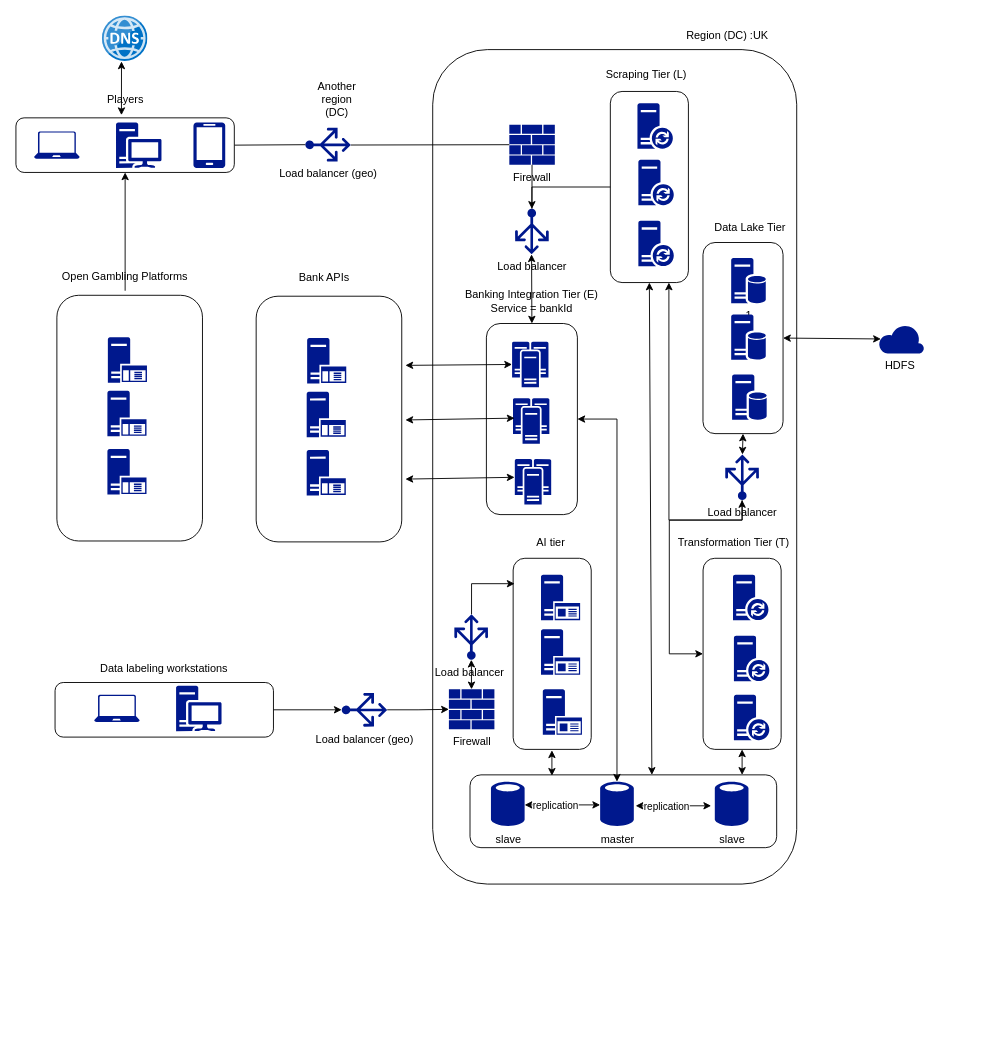
Before: resoures/drawio/player_risk_score.drawio in hkravtsov/hla, a draw.io diagram. Source tidied: cells renumbered, new cells numbered last; positions are measured from the earlier drawing's top-left corner, leaving out a move shared by most shapes. Both pictures are drawn from the tidied source at 91%, with x=0, y=0 at pixel (15, 15).
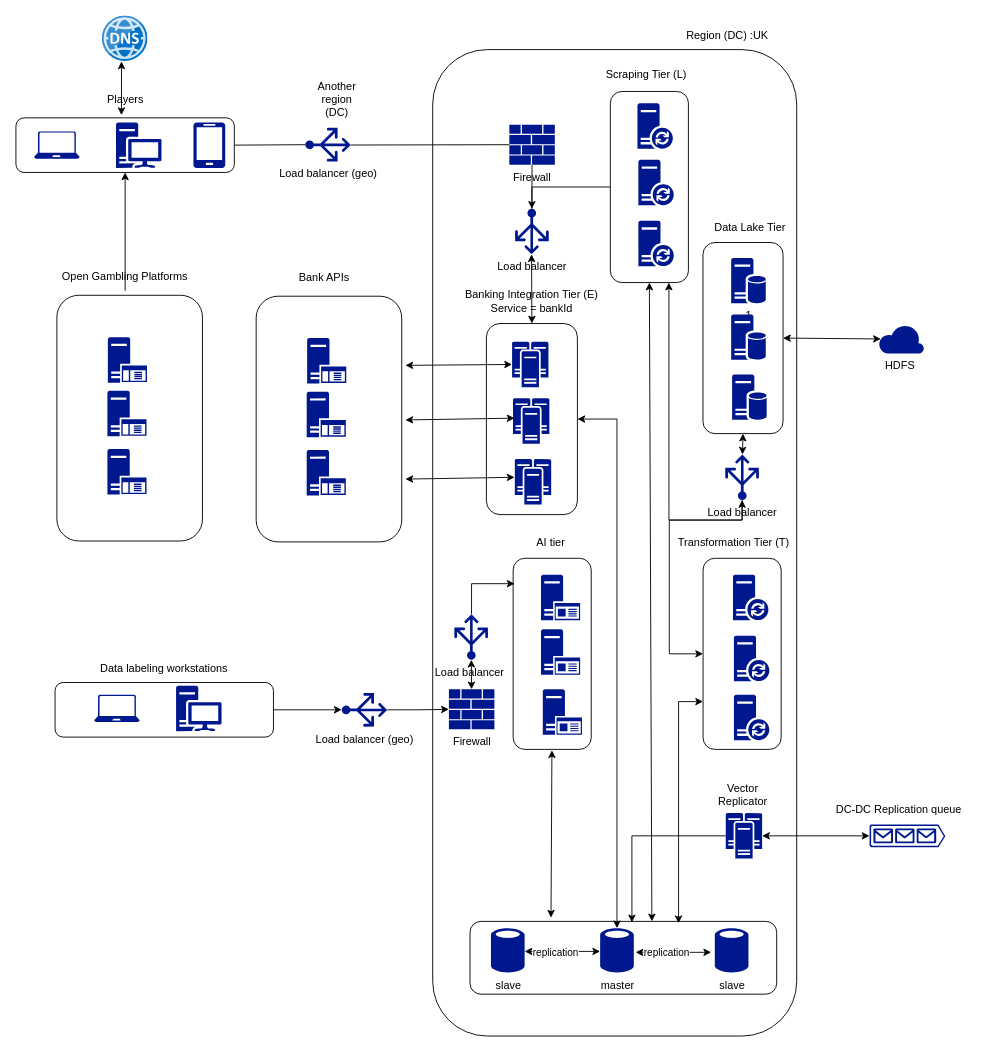
The same page after the edit.

The change refers to these unchanged cells:
```xml
<mxCell id="57" style="rounded=1;whiteSpace=wrap;html=1;" parent="1" vertex="1">
  <mxGeometry x="755.1" y="596" width="85.8" height="210" as="geometry" />
</mxCell>
```

The edit, as a diff of the source:
```diff
@@
     <mxCell id="2" style="rounded=1;whiteSpace=wrap;html=1;" parent="1" vertex="1">
-      <mxGeometry x="458" y="37" width="400" height="917" as="geometry" />
+      <mxGeometry x="458" y="37" width="400" height="1084" as="geometry" />
     </mxCell>
@@
     <mxCell id="32" style="rounded=1;whiteSpace=wrap;html=1;" parent="1" vertex="1">
-      <mxGeometry x="499" y="834" width="337" height="80" as="geometry" />
+      <mxGeometry x="499" y="995" width="337" height="80" as="geometry" />
     </mxCell>
     <mxCell id="33" value="slave" style="sketch=0;shadow=0;dashed=0;html=1;strokeColor=none;labelPosition=center;verticalLabelPosition=bottom;verticalAlign=top;align=center;fillColor=#00188D;shape=mxgraph.mscae.enterprise.database_generic;" parent="1" vertex="1">
-      <mxGeometry x="522" y="841" width="37" height="50" as="geometry" />
+      <mxGeometry x="522" y="1002" width="37" height="50" as="geometry" />
     </mxCell>
     <mxCell id="34" value="master" style="sketch=0;shadow=0;dashed=0;html=1;strokeColor=none;labelPosition=center;verticalLabelPosition=bottom;verticalAlign=top;align=center;fillColor=#00188D;shape=mxgraph.mscae.enterprise.database_generic;" parent="1" vertex="1">
-      <mxGeometry x="642" y="841" width="37" height="50" as="geometry" />
+      <mxGeometry x="642" y="1002" width="37" height="50" as="geometry" />
     </mxCell>
     <mxCell id="35" value="slave" style="sketch=0;shadow=0;dashed=0;html=1;strokeColor=none;labelPosition=center;verticalLabelPosition=bottom;verticalAlign=top;align=center;fillColor=#00188D;shape=mxgraph.mscae.enterprise.database_generic;" parent="1" vertex="1">
-      <mxGeometry x="768" y="841" width="37" height="50" as="geometry" />
+      <mxGeometry x="768" y="1002" width="37" height="50" as="geometry" />
     </mxCell>
     <mxCell id="36" style="endArrow=classic;startArrow=classic;html=1;rounded=0;exitX=1;exitY=0.5;exitDx=0;exitDy=0;exitPerimeter=0;entryX=0;entryY=0.5;entryDx=0;entryDy=0;entryPerimeter=0;" parent="1" edge="1">
       <mxGeometry relative="1" as="geometry">
-        <mxPoint x="559" y="867" as="sourcePoint" />
-        <mxPoint x="642" y="867" as="targetPoint" />
+        <mxPoint x="559" y="1028" as="sourcePoint" />
+        <mxPoint x="642" y="1028" as="targetPoint" />
       </mxGeometry>
     </mxCell>
@@
     <mxCell id="38" style="endArrow=classic;startArrow=classic;html=1;rounded=0;exitX=1;exitY=0.5;exitDx=0;exitDy=0;exitPerimeter=0;entryX=0;entryY=0.5;entryDx=0;entryDy=0;entryPerimeter=0;" parent="1" edge="1">
       <mxGeometry relative="1" as="geometry">
-        <mxPoint x="681" y="868" as="sourcePoint" />
-        <mxPoint x="764" y="868" as="targetPoint" />
+        <mxPoint x="681" y="1029" as="sourcePoint" />
+        <mxPoint x="764" y="1029" as="targetPoint" />
       </mxGeometry>
     </mxCell>
@@
-    <mxCell id="76" style="endArrow=classic;html=1;rounded=0;entryX=0.5;entryY=1;entryDx=0;entryDy=0;startArrow=classic;startFill=1;endFill=1;" parent="1" edge="1" target="57">
-      <mxGeometry relative="1" as="geometry">
-        <mxPoint x="798" y="834" as="sourcePoint" />
-      </mxGeometry>
-    </mxCell>
-    <mxCell id="77" style="endArrow=classic;html=1;rounded=0;entryX=0.5;entryY=1;entryDx=0;entryDy=0;startArrow=classic;startFill=1;endFill=1;" parent="1" edge="1">
+    <mxCell id="77" style="endArrow=classic;html=1;rounded=0;entryX=0.5;entryY=1;entryDx=0;entryDy=0;startArrow=classic;startFill=1;endFill=1;exitX=0.325;exitY=0.88;exitDx=0;exitDy=0;exitPerimeter=0;" parent="1" edge="1" source="2">
       <mxGeometry relative="1" as="geometry">
-        <mxPoint x="589" y="835" as="sourcePoint" />
         <mxPoint x="589" y="807" as="targetPoint" />
       </mxGeometry>
     </mxCell>
@@
+    <mxCell id="89" style="sketch=0;shadow=0;dashed=0;html=1;strokeColor=none;labelPosition=center;verticalLabelPosition=bottom;verticalAlign=top;align=center;fillColor=#00188D;shape=mxgraph.azure.queue_generic;" parent="1" vertex="1">
+      <mxGeometry x="938" y="888.5" width="83.3" height="25" as="geometry" />
+    </mxCell>
+    <mxCell id="90" value="DC-DC Replication queue" style="text;html=1;align=center;verticalAlign=middle;strokeColor=none;fillColor=none;" parent="1" vertex="1">
+      <mxGeometry x="890" y="857" width="160" height="30" as="geometry" />
+    </mxCell>
+    <mxCell id="91" style="edgeStyle=orthogonalEdgeStyle;rounded=0;jettySize=auto;html=1;exitX=0;exitY=0.75;exitDx=0;exitDy=0;entryX=0.68;entryY=0.025;entryDx=0;entryDy=0;entryPerimeter=0;startArrow=classic;startFill=1;" parent="1" edge="1" source="57" target="32">
+      <mxGeometry relative="1" as="geometry" />
+    </mxCell>
+    <mxCell id="92" style="edgeStyle=orthogonalEdgeStyle;rounded=0;jettySize=auto;html=1;entryX=0.528;entryY=0.013;entryDx=0;entryDy=0;exitX=0;exitY=0.5;exitDx=0;exitDy=0;exitPerimeter=0;entryPerimeter=0;" parent="1" edge="1" source="93" target="32">
+      <mxGeometry relative="1" as="geometry" />
+    </mxCell>
+    <mxCell id="93" style="sketch=0;shadow=0;dashed=0;html=1;strokeColor=none;labelPosition=center;verticalLabelPosition=bottom;verticalAlign=top;align=center;fillColor=#00188D;shape=mxgraph.mscae.enterprise.cluster_server;" parent="1" vertex="1">
+      <mxGeometry x="780" y="876" width="40" height="50" as="geometry" />
+    </mxCell>
+    <mxCell id="94" style="edgeStyle=none;rounded=0;jettySize=auto;html=1;exitX=1;exitY=0.5;exitDx=0;exitDy=0;exitPerimeter=0;entryX=0;entryY=0.5;entryDx=0;entryDy=0;entryPerimeter=0;startArrow=classic;startFill=1;" parent="1" edge="1" source="93" target="89">
+      <mxGeometry relative="1" as="geometry" />
+    </mxCell>
+    <mxCell id="95" value="Vector Replicator" style="text;html=1;align=center;verticalAlign=middle;whiteSpace=wrap;rounded=0;" parent="1" vertex="1">
+      <mxGeometry x="769" y="841" width="60" height="30" as="geometry" />
+    </mxCell>
```
